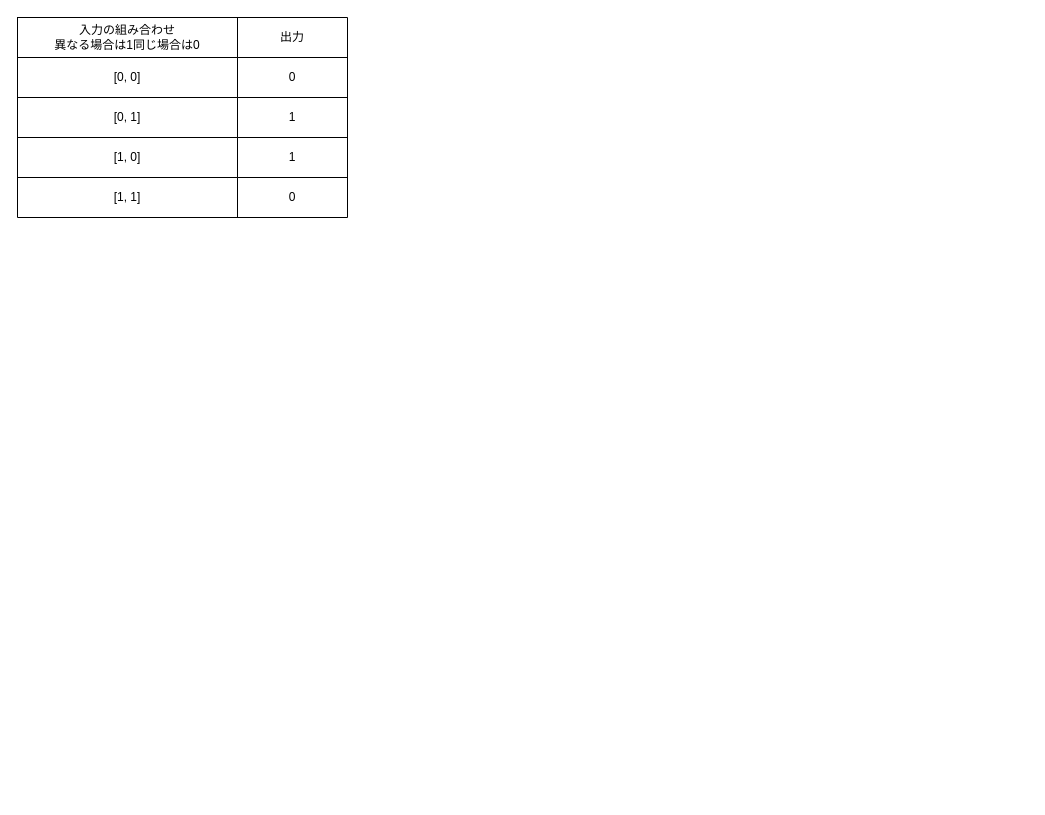
Above: page "XORゲート" (6 of 6) of graph.dio in I-Kouta/Python2 (draw.io), before the change. Source tidied: cells renumbered, new cells numbered last; positions are measured from the earlier drawing's top-left corner, leaving out a move shared by most shapes. Both pictures are drawn from the tidied source at 100%, with x=0, y=0 at pixel (17, 17).
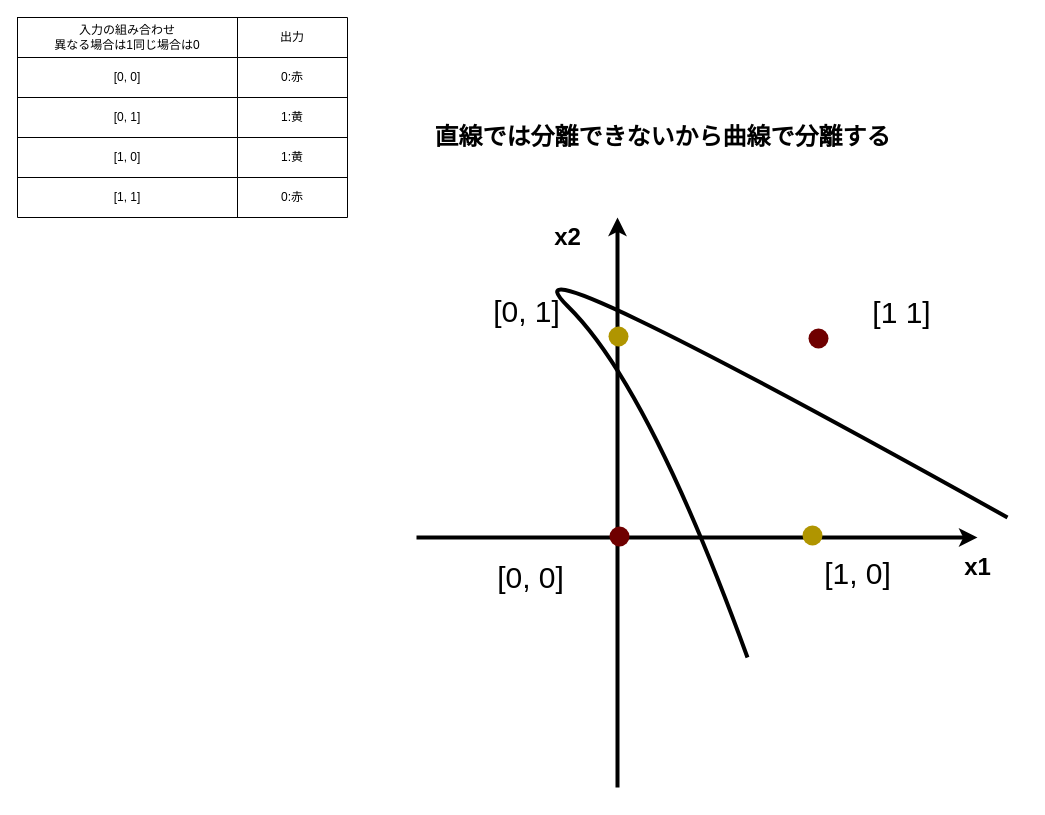
Above is the later version.

Commit message:
XORゲートの画像説明

The change refers to these unchanged cells:
```xml
<mxCell id="6" style="shape=tableRow;horizontal=0;startSize=0;swimlaneHead=0;swimlaneBody=0;top=0;left=0;bottom=0;right=0;fillColor=none;" parent="2" vertex="1">
  <mxGeometry y="40" width="330" height="40" as="geometry" />
</mxCell>
<mxCell id="9" style="shape=tableRow;horizontal=0;startSize=0;swimlaneHead=0;swimlaneBody=0;top=0;left=0;bottom=0;right=0;fillColor=none;" parent="2" vertex="1">
  <mxGeometry y="80" width="330" height="40" as="geometry" />
</mxCell>
<mxCell id="12" style="shape=tableRow;horizontal=0;startSize=0;swimlaneHead=0;swimlaneBody=0;top=0;left=0;bottom=0;right=0;fillColor=none;" parent="2" vertex="1">
  <mxGeometry y="120" width="330" height="40" as="geometry" />
</mxCell>
<mxCell id="15" style="shape=tableRow;horizontal=0;startSize=0;swimlaneHead=0;swimlaneBody=0;top=0;left=0;bottom=0;right=0;fillColor=none;" parent="2" vertex="1">
  <mxGeometry y="160" width="330" height="40" as="geometry" />
</mxCell>
```

The edit, as a diff of the source:
```diff
@@
-    <mxCell id="8" value="0" style="shape=partialRectangle;html=1;whiteSpace=wrap;fillColor=none;top=0;left=0;bottom=0;right=0;overflow=hidden;" parent="6" vertex="1">
+    <mxCell id="8" value="0:赤" style="shape=partialRectangle;html=1;whiteSpace=wrap;fillColor=none;top=0;left=0;bottom=0;right=0;overflow=hidden;" parent="6" vertex="1">
       <mxGeometry x="220" width="110" height="40" as="geometry" />
     </mxCell>
@@
-    <mxCell id="11" value="1" style="shape=partialRectangle;html=1;whiteSpace=wrap;fillColor=none;top=0;left=0;bottom=0;right=0;overflow=hidden;" parent="9" vertex="1">
+    <mxCell id="11" value="1:黄" style="shape=partialRectangle;html=1;whiteSpace=wrap;fillColor=none;top=0;left=0;bottom=0;right=0;overflow=hidden;" parent="9" vertex="1">
       <mxGeometry x="220" width="110" height="40" as="geometry" />
     </mxCell>
@@
-    <mxCell id="14" value="1" style="shape=partialRectangle;html=1;whiteSpace=wrap;fillColor=none;top=0;left=0;bottom=0;right=0;overflow=hidden;" parent="12" vertex="1">
+    <mxCell id="14" value="1:黄" style="shape=partialRectangle;html=1;whiteSpace=wrap;fillColor=none;top=0;left=0;bottom=0;right=0;overflow=hidden;" parent="12" vertex="1">
       <mxGeometry x="220" width="110" height="40" as="geometry" />
     </mxCell>
@@
-    <mxCell id="17" value="0" style="shape=partialRectangle;html=1;whiteSpace=wrap;fillColor=none;top=0;left=0;bottom=0;right=0;overflow=hidden;" parent="15" vertex="1">
+    <mxCell id="17" value="0:赤" style="shape=partialRectangle;html=1;whiteSpace=wrap;fillColor=none;top=0;left=0;bottom=0;right=0;overflow=hidden;" parent="15" vertex="1">
       <mxGeometry x="220" width="110" height="40" as="geometry" />
     </mxCell>
+    <mxCell id="18" style="endArrow=classic;html=1;strokeWidth=4;" parent="1" edge="1">
+      <mxGeometry relative="1" as="geometry">
+        <mxPoint x="399" y="520" as="sourcePoint" />
+        <mxPoint x="960" y="520" as="targetPoint" />
+      </mxGeometry>
+    </mxCell>
+    <mxCell id="19" style="endArrow=classic;html=1;strokeWidth=4;" parent="1" edge="1">
+      <mxGeometry relative="1" as="geometry">
+        <mxPoint x="600" y="770" as="sourcePoint" />
+        <mxPoint x="600" y="200" as="targetPoint" />
+      </mxGeometry>
+    </mxCell>
+    <mxCell id="20" value="x1" style="text;strokeColor=none;fillColor=none;html=1;fontSize=24;fontStyle=1;verticalAlign=middle;align=center;" parent="1" vertex="1">
+      <mxGeometry x="910" y="530" width="100" height="40" as="geometry" />
+    </mxCell>
+    <mxCell id="21" value="x2" style="text;strokeColor=none;fillColor=none;html=1;fontSize=24;fontStyle=1;verticalAlign=middle;align=center;" parent="1" vertex="1">
+      <mxGeometry x="500" y="200" width="100" height="40" as="geometry" />
+    </mxCell>
+    <mxCell id="22" style="shape=waypoint;sketch=0;fillStyle=solid;size=6;fillColor=#e3c800;perimeter=centerPerimeter;strokeWidth=8;fontColor=#000000;strokeColor=#B09500;" parent="1" vertex="1">
+      <mxGeometry x="591" y="309" width="20" height="20" as="geometry" />
+    </mxCell>
+    <mxCell id="23" style="shape=waypoint;sketch=0;fillStyle=solid;size=6;fillColor=#e3c800;perimeter=centerPerimeter;strokeWidth=8;fontColor=#000000;strokeColor=#B09500;" parent="1" vertex="1">
+      <mxGeometry x="785" y="508" width="20" height="20" as="geometry" />
+    </mxCell>
+    <mxCell id="24" style="shape=waypoint;sketch=0;fillStyle=solid;size=6;fillColor=#a20025;perimeter=centerPerimeter;strokeWidth=8;fontColor=#ffffff;strokeColor=#6F0000;" parent="1" vertex="1">
+      <mxGeometry x="592" y="509" width="20" height="20" as="geometry" />
+    </mxCell>
+    <mxCell id="25" style="shape=waypoint;sketch=0;fillStyle=solid;size=6;fillColor=#a20025;perimeter=centerPerimeter;strokeWidth=8;fontColor=#ffffff;strokeColor=#6F0000;" parent="1" vertex="1">
+      <mxGeometry x="791" y="311" width="20" height="20" as="geometry" />
+    </mxCell>
+    <mxCell id="26" value="&lt;font style=&quot;font-size: 30px;&quot;&gt;[0, 1]&lt;/font&gt;" style="text;strokeColor=none;fillColor=none;html=1;fontSize=24;fontStyle=0;verticalAlign=middle;align=center;" parent="1" vertex="1">
+      <mxGeometry x="454" y="268" width="110" height="51" as="geometry" />
+    </mxCell>
+    <mxCell id="27" value="&lt;font style=&quot;font-size: 30px;&quot;&gt;[1, 0]&lt;/font&gt;" style="text;strokeColor=none;fillColor=none;html=1;fontSize=24;fontStyle=0;verticalAlign=middle;align=center;" parent="1" vertex="1">
+      <mxGeometry x="785" y="530" width="110" height="51" as="geometry" />
+    </mxCell>
+    <mxCell id="28" value="&lt;font style=&quot;font-size: 30px;&quot;&gt;[0, 0]&lt;/font&gt;" style="text;strokeColor=none;fillColor=none;html=1;fontSize=24;fontStyle=0;verticalAlign=middle;align=center;" parent="1" vertex="1">
+      <mxGeometry x="458" y="534" width="110" height="51" as="geometry" />
+    </mxCell>
+    <mxCell id="29" value="&lt;font style=&quot;font-size: 30px;&quot;&gt;[1 1]&lt;/font&gt;" style="text;strokeColor=none;fillColor=none;html=1;fontSize=24;fontStyle=0;verticalAlign=middle;align=center;" parent="1" vertex="1">
+      <mxGeometry x="829" y="269" width="110" height="51" as="geometry" />
+    </mxCell>
+    <mxCell id="30" value="直線では分離できないから曲線で分離する" style="text;strokeColor=none;fillColor=none;html=1;fontSize=24;fontStyle=1;verticalAlign=middle;align=center;strokeWidth=8;" parent="1" vertex="1">
+      <mxGeometry x="395" y="100" width="500" height="40" as="geometry" />
+    </mxCell>
+    <mxCell id="31" style="curved=1;endArrow=none;html=1;strokeWidth=4;fontSize=30;endFill=0;" parent="1" edge="1">
+      <mxGeometry relative="1" as="geometry">
+        <mxPoint x="730" y="640" as="sourcePoint" />
+        <mxPoint x="990" y="500" as="targetPoint" />
+        <Array as="points">
+          <mxPoint x="631" y="368" />
+          <mxPoint x="470" y="210" />
+        </Array>
+      </mxGeometry>
+    </mxCell>
```
